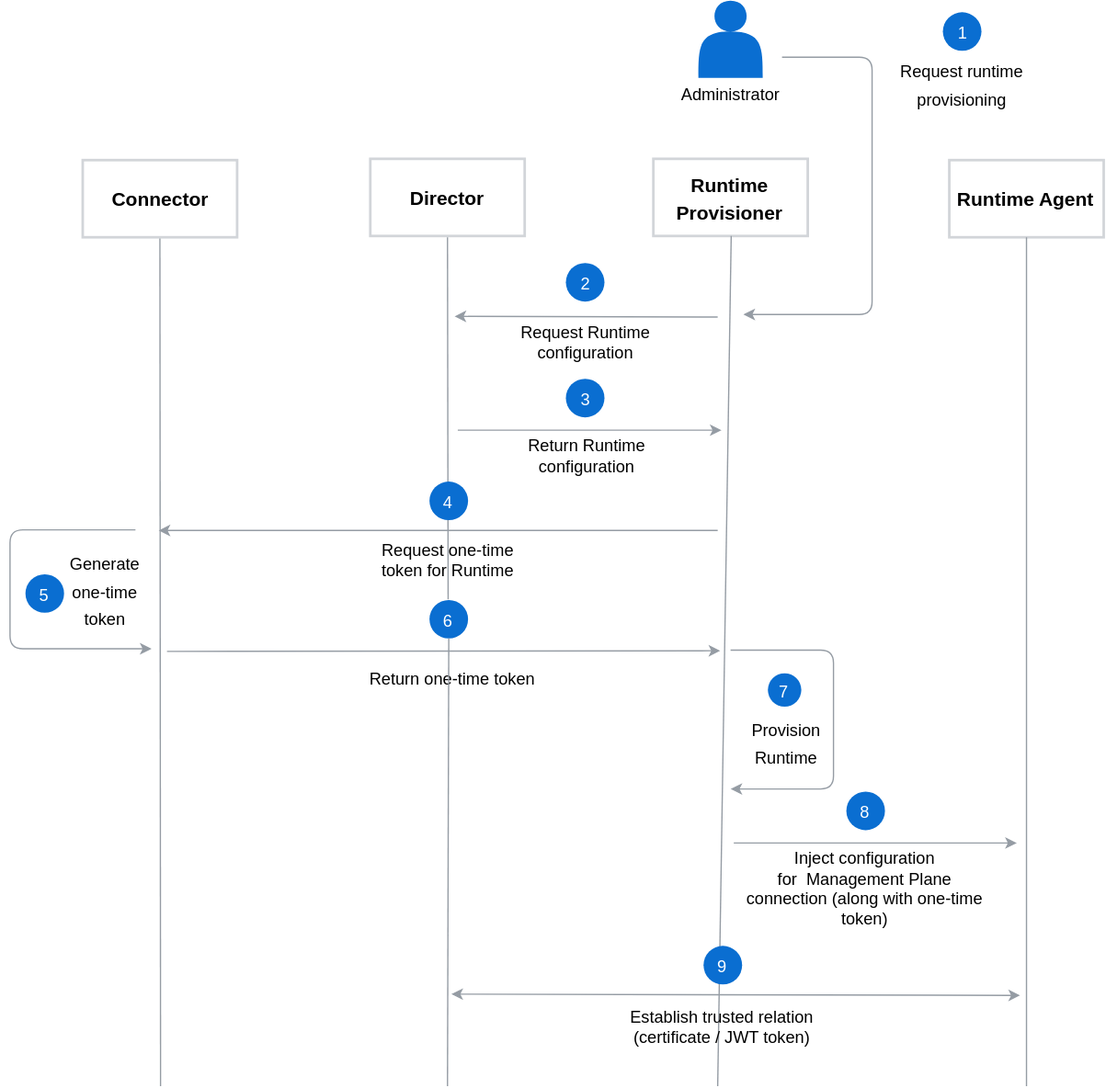
The draw.io diagram docs/architecture/assets/runtime-creation.svg in kyma-incubator/compass, before a commit. Source tidied: cells renumbered, new cells last; positions are measured from the earlier drawing's top-left corner, leaving out a move shared by most shapes. The source it was exported from:
```xml
<mxGraphModel background="#ffffff">
  <root>
    <mxCell id="0" />
    <mxCell id="1" parent="0" />
    <mxCell id="2" value="&lt;font style=&quot;font-size: 15px&quot;&gt;&lt;b&gt;Director&lt;br&gt;&lt;/b&gt;&lt;/font&gt;" style="rounded=0;whiteSpace=wrap;html=1;strokeColor=#D2D5D9;strokeWidth=2;fillColor=#ffffff;fontFamily=Helvetica;fontSize=18;fontColor=#000000;align=center;" parent="1" vertex="1">
      <mxGeometry x="280" y="123" width="120" height="60" as="geometry" />
    </mxCell>
    <mxCell id="3" value="&lt;font style=&quot;font-size: 15px&quot;&gt;&lt;b&gt;Runtime Agent&lt;br&gt;&lt;/b&gt;&lt;/font&gt;" style="rounded=0;whiteSpace=wrap;html=1;strokeColor=#D2D5D9;strokeWidth=2;fillColor=#ffffff;fontFamily=Helvetica;fontSize=18;fontColor=#000000;align=center;" parent="1" vertex="1">
      <mxGeometry x="730" y="124" width="120" height="60" as="geometry" />
    </mxCell>
    <mxCell id="4" style="shape=actor;whiteSpace=wrap;html=1;rounded=0;shadow=0;glass=0;comic=0;labelBackgroundColor=none;strokeColor=none;strokeWidth=1;fillColor=#0A6ED1;fontColor=none;" parent="1" vertex="1">
      <mxGeometry x="535" width="50" height="60" as="geometry" />
    </mxCell>
    <mxCell id="5" value="Administrator&lt;br style=&quot;font-size: 13px;&quot;&gt;" style="text;html=1;align=center;verticalAlign=middle;spacingTop=-4;fontColor=none;fontSize=13;" parent="1" vertex="1">
      <mxGeometry x="515" y="64" width="90" height="20" as="geometry" />
    </mxCell>
    <mxCell id="6" value="&lt;font style=&quot;font-size: 15px&quot;&gt;&lt;b&gt;Runtime Provisioner&lt;br&gt;&lt;/b&gt;&lt;/font&gt;" style="rounded=0;whiteSpace=wrap;html=1;strokeColor=#D2D5D9;strokeWidth=2;fillColor=#ffffff;fontFamily=Helvetica;fontSize=18;fontColor=#000000;align=center;" parent="1" vertex="1">
      <mxGeometry x="500" y="123" width="120" height="60" as="geometry" />
    </mxCell>
    <mxCell id="7" style="endArrow=none;html=1;labelBackgroundColor=none;strokeColor=#959CA4;strokeWidth=1;fillColor=#000000;fontFamily=Helvetica;fontSize=18;fontColor=#000000;entryX=0.5;entryY=1;entryDx=0;entryDy=0;" parent="1" edge="1" source="38">
      <mxGeometry relative="1" as="geometry">
        <mxPoint x="340" y="184" as="targetPoint" />
      </mxGeometry>
    </mxCell>
    <mxCell id="8" style="endArrow=none;html=1;labelBackgroundColor=none;strokeColor=#959CA4;strokeWidth=1;fillColor=#000000;fontFamily=Helvetica;fontSize=18;fontColor=#000000;entryX=0.5;entryY=1;entryDx=0;entryDy=0;" parent="1" edge="1">
      <mxGeometry relative="1" as="geometry">
        <mxPoint x="550" y="844" as="sourcePoint" />
        <mxPoint x="560.5" y="183" as="targetPoint" />
      </mxGeometry>
    </mxCell>
    <mxCell id="9" style="endArrow=none;html=1;labelBackgroundColor=none;strokeColor=#959CA4;strokeWidth=1;fillColor=#000000;fontFamily=Helvetica;fontSize=18;fontColor=#000000;entryX=0.5;entryY=1;entryDx=0;entryDy=0;" parent="1" edge="1">
      <mxGeometry relative="1" as="geometry">
        <mxPoint x="790" y="844" as="sourcePoint" />
        <mxPoint x="790" y="184" as="targetPoint" />
      </mxGeometry>
    </mxCell>
    <mxCell id="10" style="endArrow=classic;html=1;labelBackgroundColor=none;strokeColor=#959CA4;strokeWidth=1;fillColor=#000000;fontFamily=Helvetica;fontSize=18;fontColor=#000000;" parent="1" edge="1">
      <mxGeometry relative="1" as="geometry">
        <mxPoint x="600" y="44" as="sourcePoint" />
        <mxPoint x="570" y="244" as="targetPoint" />
        <Array as="points">
          <mxPoint x="670" y="44" />
          <mxPoint x="670" y="244" />
        </Array>
      </mxGeometry>
    </mxCell>
    <mxCell id="11" value="&lt;font style=&quot;font-size: 13px&quot;&gt;Request runtime provisioning&lt;/font&gt;" style="text;html=1;strokeColor=none;fillColor=none;align=center;verticalAlign=middle;whiteSpace=wrap;rounded=0;fontFamily=Helvetica;fontSize=18;fontColor=#000000;" parent="1" vertex="1">
      <mxGeometry x="680" y="54" width="120" height="20" as="geometry" />
    </mxCell>
    <mxCell id="12" value="&lt;h3 style=&quot;text-align: center&quot;&gt;&lt;font style=&quot;font-weight: normal ; font-size: 13px&quot;&gt;1&lt;/font&gt;&lt;/h3&gt;" style="ellipse;html=1;rounded=0;shadow=0;glass=0;comic=0;labelBackgroundColor=none;strokeColor=none;strokeWidth=1;fillColor=#0A6ED1;gradientColor=none;fontSize=13;fontColor=#FFFFFF;align=center;verticalAlign=middle;horizontal=1;" parent="1" vertex="1">
      <mxGeometry x="725" y="9" width="30" height="30" as="geometry" />
    </mxCell>
    <mxCell id="13" style="endArrow=classic;html=1;labelBackgroundColor=none;strokeColor=#959CA4;strokeWidth=1;fillColor=#000000;fontFamily=Helvetica;fontSize=18;fontColor=#000000;" parent="1" edge="1">
      <mxGeometry relative="1" as="geometry">
        <mxPoint x="562.5" y="655" as="sourcePoint" />
        <mxPoint x="782.5" y="655" as="targetPoint" />
      </mxGeometry>
    </mxCell>
    <mxCell id="14" value="Inject configuration for&amp;nbsp;&amp;nbsp;Management Plane connection&amp;nbsp;(along with one-time token)" style="text;html=1;strokeColor=none;fillColor=none;align=center;verticalAlign=middle;whiteSpace=wrap;rounded=0;fontFamily=Helvetica;fontSize=13;fontColor=#000000;" parent="1" vertex="1">
      <mxGeometry x="567" y="680" width="195" height="20" as="geometry" />
    </mxCell>
    <mxCell id="15" value="&lt;h3 style=&quot;text-align: center&quot;&gt;&lt;font style=&quot;font-weight: normal ; font-size: 13px&quot;&gt;8&lt;/font&gt;&lt;/h3&gt;" style="ellipse;html=1;rounded=0;shadow=0;glass=0;comic=0;labelBackgroundColor=none;strokeColor=none;strokeWidth=1;fillColor=#0A6ED1;gradientColor=none;fontSize=13;fontColor=#FFFFFF;align=center;verticalAlign=middle;horizontal=1;" parent="1" vertex="1">
      <mxGeometry x="649.5" y="615" width="30" height="30" as="geometry" />
    </mxCell>
    <mxCell id="16" style="endArrow=classic;html=1;labelBackgroundColor=none;strokeColor=#959CA4;strokeWidth=1;fillColor=#000000;fontFamily=Helvetica;fontSize=18;fontColor=#000000;" parent="1" edge="1">
      <mxGeometry relative="1" as="geometry">
        <mxPoint x="97.5" y="411.5" as="sourcePoint" />
        <mxPoint x="110" y="504" as="targetPoint" />
        <Array as="points">
          <mxPoint y="411.5" />
          <mxPoint y="504" />
        </Array>
      </mxGeometry>
    </mxCell>
    <mxCell id="17" value="&lt;span style=&quot;font-size: 13px&quot;&gt;Generate one-time token&lt;/span&gt;" style="text;html=1;strokeColor=none;fillColor=none;align=center;verticalAlign=middle;whiteSpace=wrap;rounded=0;fontFamily=Helvetica;fontSize=18;fontColor=#000000;" parent="1" vertex="1">
      <mxGeometry x="38" y="414" width="72" height="87" as="geometry" />
    </mxCell>
    <mxCell id="18" value="&lt;h3 style=&quot;text-align: center&quot;&gt;&lt;font style=&quot;font-weight: normal ; font-size: 13px&quot;&gt;5&lt;/font&gt;&lt;/h3&gt;" style="ellipse;html=1;rounded=0;shadow=0;glass=0;comic=0;labelBackgroundColor=none;strokeColor=none;strokeWidth=1;fillColor=#0A6ED1;gradientColor=none;fontSize=13;fontColor=#FFFFFF;align=center;verticalAlign=middle;horizontal=1;" parent="1" vertex="1">
      <mxGeometry x="11.5" y="445.5" width="30" height="30" as="geometry" />
    </mxCell>
    <mxCell id="19" style="endArrow=classic;html=1;labelBackgroundColor=none;strokeColor=#959CA4;strokeWidth=1;fillColor=#000000;fontFamily=Helvetica;fontSize=18;fontColor=#000000;" parent="1" edge="1">
      <mxGeometry relative="1" as="geometry">
        <mxPoint x="348" y="334" as="sourcePoint" />
        <mxPoint x="553" y="334" as="targetPoint" />
      </mxGeometry>
    </mxCell>
    <mxCell id="20" value="Return Runtime configuration&lt;br&gt;" style="text;html=1;strokeColor=none;fillColor=none;align=center;verticalAlign=middle;whiteSpace=wrap;rounded=0;fontFamily=Helvetica;fontSize=13;fontColor=#000000;" parent="1" vertex="1">
      <mxGeometry x="376" y="343.5" width="145" height="20" as="geometry" />
    </mxCell>
    <mxCell id="21" value="&lt;h3 style=&quot;text-align: center&quot;&gt;&lt;font style=&quot;font-weight: normal ; font-size: 13px&quot;&gt;3&lt;/font&gt;&lt;/h3&gt;" style="ellipse;html=1;rounded=0;shadow=0;glass=0;comic=0;labelBackgroundColor=none;strokeColor=none;strokeWidth=1;fillColor=#0A6ED1;gradientColor=none;fontSize=13;fontColor=#FFFFFF;align=center;verticalAlign=middle;horizontal=1;" parent="1" vertex="1">
      <mxGeometry x="432" y="293.5" width="30" height="30" as="geometry" />
    </mxCell>
    <mxCell id="22" style="endArrow=classic;html=1;labelBackgroundColor=none;strokeColor=#959CA4;strokeWidth=1;fillColor=#000000;fontFamily=Helvetica;fontSize=18;fontColor=#000000;" parent="1" edge="1">
      <mxGeometry relative="1" as="geometry">
        <mxPoint x="560" y="505" as="sourcePoint" />
        <mxPoint x="560" y="613" as="targetPoint" />
        <Array as="points">
          <mxPoint x="640" y="505" />
          <mxPoint x="640" y="613" />
        </Array>
      </mxGeometry>
    </mxCell>
    <mxCell id="23" value="&lt;span style=&quot;font-size: 13px&quot;&gt;Provision Runtime&lt;/span&gt;&lt;br&gt;" style="text;html=1;strokeColor=none;fillColor=none;align=center;verticalAlign=middle;whiteSpace=wrap;rounded=0;fontFamily=Helvetica;fontSize=18;fontColor=#000000;" parent="1" vertex="1">
      <mxGeometry x="570.5" y="536" width="65" height="80" as="geometry" />
    </mxCell>
    <mxCell id="24" value="&lt;h3 style=&quot;text-align: center&quot;&gt;&lt;font style=&quot;font-weight: normal ; font-size: 13px&quot;&gt;7&lt;/font&gt;&lt;/h3&gt;" style="ellipse;html=1;rounded=0;shadow=0;glass=0;comic=0;labelBackgroundColor=none;strokeColor=none;strokeWidth=1;fillColor=#0A6ED1;gradientColor=none;fontSize=13;fontColor=#FFFFFF;align=center;verticalAlign=middle;horizontal=1;" parent="1" vertex="1">
      <mxGeometry x="588.5" y="523" width="26" height="26" as="geometry" />
    </mxCell>
    <mxCell id="25" style="endArrow=classic;html=1;labelBackgroundColor=none;strokeColor=#959CA4;strokeWidth=1;fillColor=#000000;fontFamily=Helvetica;fontSize=18;fontColor=#000000;startArrow=classic;startFill=1;" parent="1" edge="1">
      <mxGeometry relative="1" as="geometry">
        <mxPoint x="343" y="772.5" as="sourcePoint" />
        <mxPoint x="785" y="773.5" as="targetPoint" />
      </mxGeometry>
    </mxCell>
    <mxCell id="26" value="Establish trusted relation (certificate / JWT token)" style="text;html=1;strokeColor=none;fillColor=none;align=center;verticalAlign=middle;whiteSpace=wrap;rounded=0;fontFamily=Helvetica;fontSize=13;fontColor=#000000;" parent="1" vertex="1">
      <mxGeometry x="455.5" y="787.5" width="195" height="20" as="geometry" />
    </mxCell>
    <mxCell id="27" value="&lt;h3 style=&quot;text-align: center&quot;&gt;&lt;font style=&quot;font-weight: normal ; font-size: 13px&quot;&gt;9&lt;/font&gt;&lt;/h3&gt;" style="ellipse;html=1;rounded=0;shadow=0;glass=0;comic=0;labelBackgroundColor=none;strokeColor=none;strokeWidth=1;fillColor=#0A6ED1;gradientColor=none;fontSize=13;fontColor=#FFFFFF;align=center;verticalAlign=middle;horizontal=1;" parent="1" vertex="1">
      <mxGeometry x="538.5" y="735" width="30" height="30" as="geometry" />
    </mxCell>
    <mxCell id="28" style="endArrow=classic;html=1;labelBackgroundColor=none;strokeColor=#959CA4;strokeWidth=1;fillColor=#000000;fontFamily=Helvetica;fontSize=18;fontColor=#000000;" parent="1" edge="1">
      <mxGeometry relative="1" as="geometry">
        <mxPoint x="550" y="246" as="sourcePoint" />
        <mxPoint x="345.5" y="245.5" as="targetPoint" />
      </mxGeometry>
    </mxCell>
    <mxCell id="29" value="Request Runtime configuration" style="text;html=1;strokeColor=none;fillColor=none;align=center;verticalAlign=middle;whiteSpace=wrap;rounded=0;fontFamily=Helvetica;fontSize=13;fontColor=#000000;" parent="1" vertex="1">
      <mxGeometry x="386.5" y="255" width="121" height="20" as="geometry" />
    </mxCell>
    <mxCell id="30" value="&lt;h3 style=&quot;text-align: center&quot;&gt;&lt;font style=&quot;font-weight: normal ; font-size: 13px&quot;&gt;2&lt;/font&gt;&lt;/h3&gt;" style="ellipse;html=1;rounded=0;shadow=0;glass=0;comic=0;labelBackgroundColor=none;strokeColor=none;strokeWidth=1;fillColor=#0A6ED1;gradientColor=none;fontSize=13;fontColor=#FFFFFF;align=center;verticalAlign=middle;horizontal=1;" parent="1" vertex="1">
      <mxGeometry x="432" y="204" width="30" height="30" as="geometry" />
    </mxCell>
    <mxCell id="31" value="&lt;font style=&quot;font-size: 15px&quot;&gt;&lt;b&gt;Connector&lt;br&gt;&lt;/b&gt;&lt;/font&gt;" style="rounded=0;whiteSpace=wrap;html=1;strokeColor=#D2D5D9;strokeWidth=2;fillColor=#ffffff;fontFamily=Helvetica;fontSize=18;fontColor=#000000;align=center;" parent="1" vertex="1">
      <mxGeometry x="56.5" y="124" width="120" height="60" as="geometry" />
    </mxCell>
    <mxCell id="32" style="endArrow=none;html=1;labelBackgroundColor=none;strokeColor=#959CA4;strokeWidth=1;fillColor=#000000;fontFamily=Helvetica;fontSize=18;fontColor=#000000;entryX=0.5;entryY=1;entryDx=0;entryDy=0;" parent="1" edge="1">
      <mxGeometry relative="1" as="geometry">
        <mxPoint x="117" y="844" as="sourcePoint" />
        <mxPoint x="116.5" y="185" as="targetPoint" />
      </mxGeometry>
    </mxCell>
    <mxCell id="33" style="endArrow=classic;html=1;labelBackgroundColor=none;strokeColor=#959CA4;strokeWidth=1;fillColor=#000000;fontFamily=Helvetica;fontSize=18;fontColor=#000000;" parent="1" edge="1">
      <mxGeometry relative="1" as="geometry">
        <mxPoint x="122" y="506" as="sourcePoint" />
        <mxPoint x="552" y="505.5" as="targetPoint" />
      </mxGeometry>
    </mxCell>
    <mxCell id="34" value="Return one-time token" style="text;html=1;strokeColor=none;fillColor=none;align=center;verticalAlign=middle;whiteSpace=wrap;rounded=0;fontFamily=Helvetica;fontSize=13;fontColor=#000000;" parent="1" vertex="1">
      <mxGeometry x="270.5" y="516" width="145" height="20" as="geometry" />
    </mxCell>
    <mxCell id="35" style="endArrow=classic;html=1;labelBackgroundColor=none;strokeColor=#959CA4;strokeWidth=1;fillColor=#000000;fontFamily=Helvetica;fontSize=18;fontColor=#000000;" parent="1" edge="1">
      <mxGeometry relative="1" as="geometry">
        <mxPoint x="550" y="412" as="sourcePoint" />
        <mxPoint x="115.5" y="412" as="targetPoint" />
      </mxGeometry>
    </mxCell>
    <mxCell id="36" value="Request one-time token for Runtime" style="text;html=1;strokeColor=none;fillColor=none;align=center;verticalAlign=middle;whiteSpace=wrap;rounded=0;fontFamily=Helvetica;fontSize=13;fontColor=#000000;" parent="1" vertex="1">
      <mxGeometry x="280" y="424.5" width="121" height="20" as="geometry" />
    </mxCell>
    <mxCell id="37" value="&lt;h3 style=&quot;text-align: center&quot;&gt;&lt;font style=&quot;font-weight: normal ; font-size: 13px&quot;&gt;4&lt;/font&gt;&lt;/h3&gt;" style="ellipse;html=1;rounded=0;shadow=0;glass=0;comic=0;labelBackgroundColor=none;strokeColor=none;strokeWidth=1;fillColor=#0A6ED1;gradientColor=none;fontSize=13;fontColor=#FFFFFF;align=center;verticalAlign=middle;horizontal=1;" parent="1" vertex="1">
      <mxGeometry x="325.5" y="373.5" width="30" height="30" as="geometry" />
    </mxCell>
    <mxCell id="38" value="&lt;h3 style=&quot;text-align: center&quot;&gt;&lt;span style=&quot;font-size: 13px ; font-weight: 400&quot;&gt;6&lt;/span&gt;&lt;/h3&gt;" style="ellipse;html=1;rounded=0;shadow=0;glass=0;comic=0;labelBackgroundColor=none;strokeColor=none;strokeWidth=1;fillColor=#0A6ED1;gradientColor=none;fontSize=13;fontColor=#FFFFFF;align=center;verticalAlign=middle;horizontal=1;" parent="1" vertex="1">
      <mxGeometry x="325.5" y="465.5" width="30" height="30" as="geometry" />
    </mxCell>
    <mxCell id="39" style="endArrow=none;html=1;labelBackgroundColor=none;strokeColor=#959CA4;strokeWidth=1;fillColor=#000000;fontFamily=Helvetica;fontSize=18;fontColor=#000000;entryX=0.5;entryY=1;entryDx=0;entryDy=0;" parent="1" edge="1" target="38">
      <mxGeometry relative="1" as="geometry">
        <mxPoint x="340" y="844" as="sourcePoint" />
      </mxGeometry>
    </mxCell>
  </root>
</mxGraphModel>
```
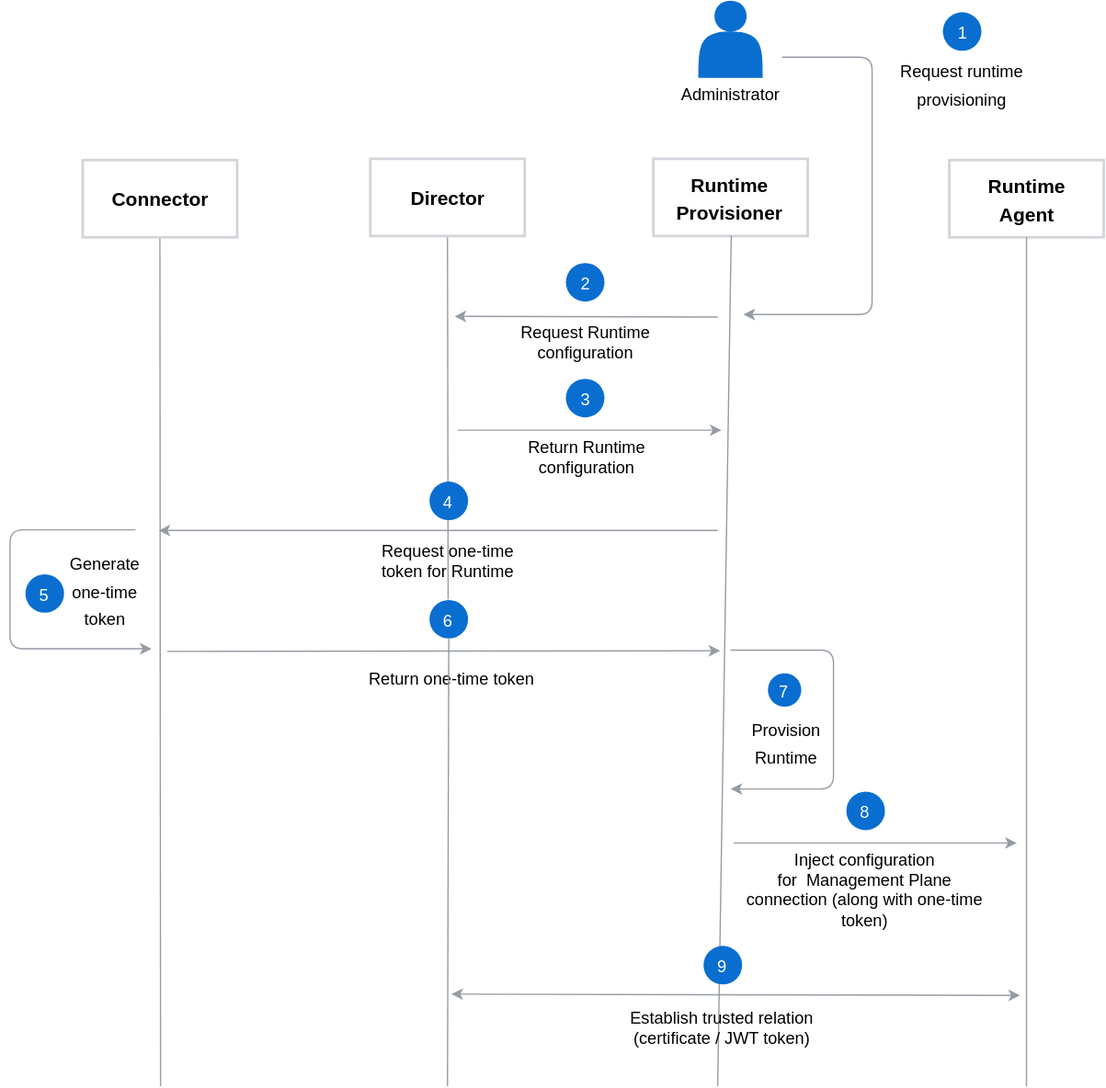
The same file after the commit.

Change to the diagram source:
```diff
@@ -5,7 +5,7 @@
     <mxCell id="2" value="&lt;font style=&quot;font-size: 15px&quot;&gt;&lt;b&gt;Director&lt;br&gt;&lt;/b&gt;&lt;/font&gt;" style="rounded=0;whiteSpace=wrap;html=1;strokeColor=#D2D5D9;strokeWidth=2;fillColor=#ffffff;fontFamily=Helvetica;fontSize=18;fontColor=#000000;align=center;" parent="1" vertex="1">
       <mxGeometry x="280" y="123" width="120" height="60" as="geometry" />
     </mxCell>
-    <mxCell id="3" value="&lt;font style=&quot;font-size: 15px&quot;&gt;&lt;b&gt;Runtime Agent&lt;br&gt;&lt;/b&gt;&lt;/font&gt;" style="rounded=0;whiteSpace=wrap;html=1;strokeColor=#D2D5D9;strokeWidth=2;fillColor=#ffffff;fontFamily=Helvetica;fontSize=18;fontColor=#000000;align=center;" parent="1" vertex="1">
+    <mxCell id="3" value="&lt;font style=&quot;font-size: 15px&quot;&gt;&lt;b&gt;Runtime&lt;br&gt;Agent&lt;br&gt;&lt;/b&gt;&lt;/font&gt;" style="rounded=0;whiteSpace=wrap;html=1;strokeColor=#D2D5D9;strokeWidth=2;fillColor=#ffffff;fontFamily=Helvetica;fontSize=18;fontColor=#000000;align=center;" parent="1" vertex="1">
       <mxGeometry x="730" y="124" width="120" height="60" as="geometry" />
     </mxCell>
     <mxCell id="4" style="shape=actor;whiteSpace=wrap;html=1;rounded=0;shadow=0;glass=0;comic=0;labelBackgroundColor=none;strokeColor=none;strokeWidth=1;fillColor=#0A6ED1;fontColor=none;" parent="1" vertex="1">
```
